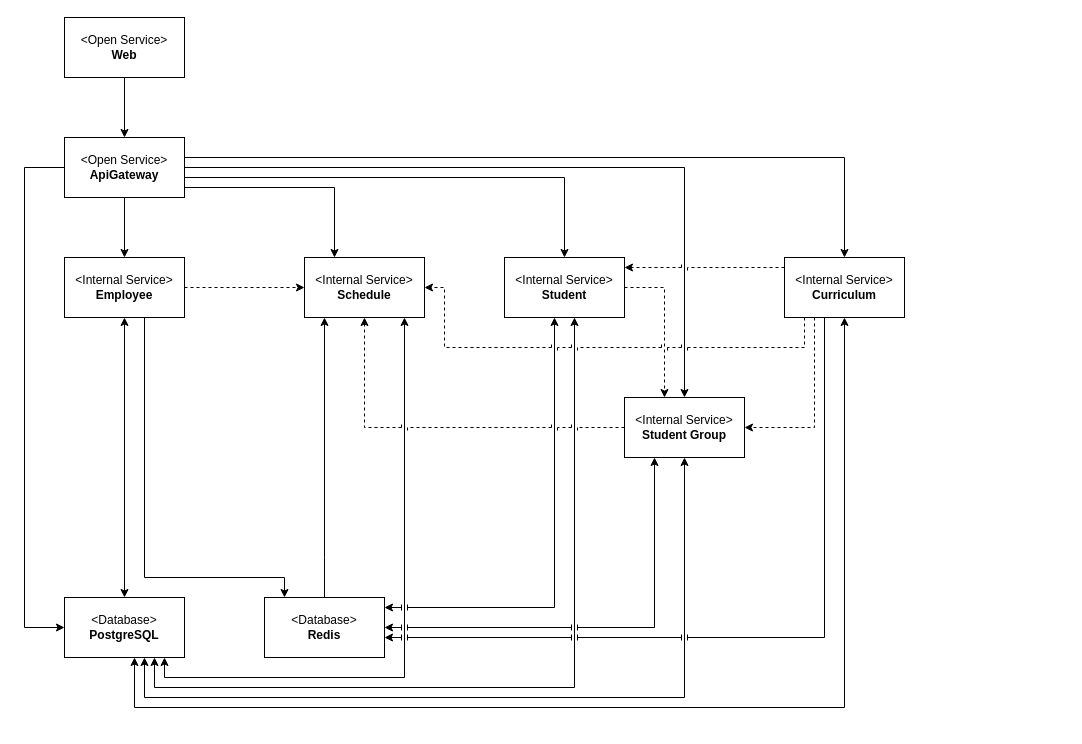
Above: docs/architecture.drawio in IrusHunter/duckademic (draw.io), before the change. Source tidied: cells renumbered, new cells numbered last; positions are measured from the earlier drawing's top-left corner, leaving out a move shared by most shapes. Both pictures are drawn from the tidied source at 100%, with x=0, y=0 at pixel (24, 17).
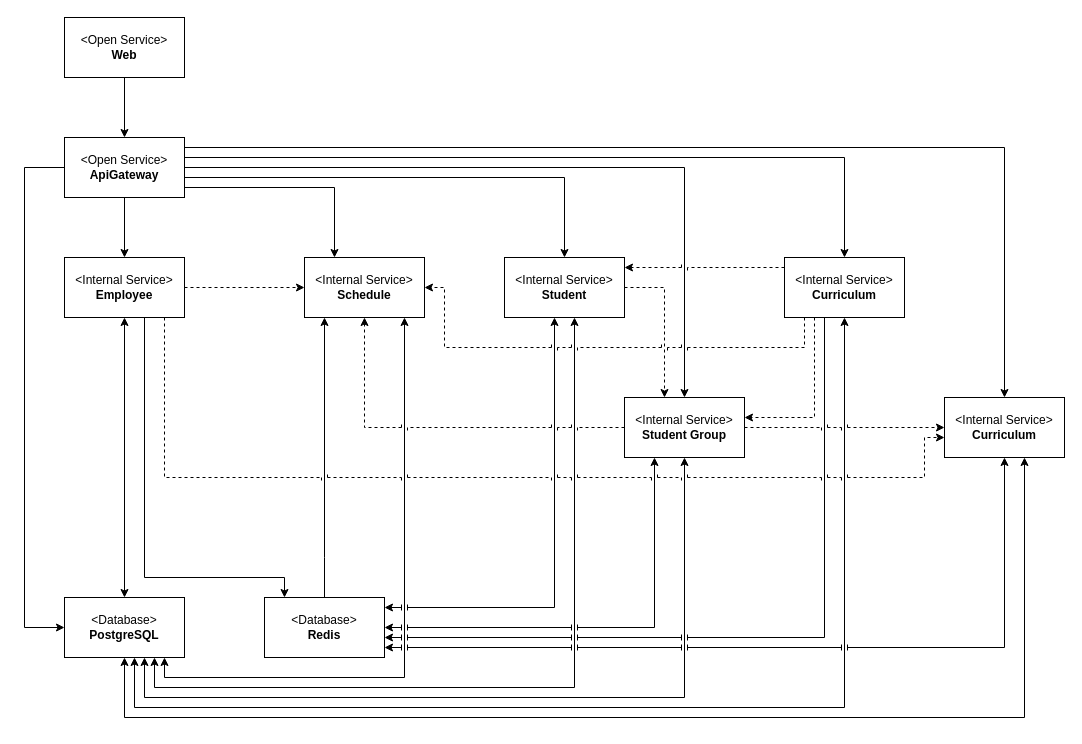
The same page after the edit.

The change refers to these unchanged cells:
```xml
<mxCell id="7" value="&amp;lt;Open Service&amp;gt;&lt;div&gt;&lt;b&gt;ApiGateway&lt;/b&gt;&lt;/div&gt;" style="html=1;whiteSpace=wrap;" parent="1" vertex="1">
  <mxGeometry x="40" y="120" width="120" height="60" as="geometry" />
</mxCell>
<mxCell id="9" value="&amp;lt;Internal Service&amp;gt;&lt;div&gt;&lt;b&gt;Employee&lt;/b&gt;&lt;/div&gt;" style="html=1;whiteSpace=wrap;" parent="1" vertex="1">
  <mxGeometry x="40" y="240" width="120" height="60" as="geometry" />
</mxCell>
<mxCell id="10" value="&amp;lt;Database&amp;gt;&lt;div&gt;&lt;b&gt;PostgreSQL&lt;/b&gt;&lt;/div&gt;" style="html=1;whiteSpace=wrap;" parent="1" vertex="1">
  <mxGeometry x="40" y="580" width="120" height="60" as="geometry" />
</mxCell>
<mxCell id="12" value="&amp;lt;Database&amp;gt;&lt;div&gt;&lt;b&gt;Redis&lt;/b&gt;&lt;/div&gt;" style="html=1;whiteSpace=wrap;" parent="1" vertex="1">
  <mxGeometry x="240" y="580" width="120" height="60" as="geometry" />
</mxCell>
<mxCell id="21" value="&amp;lt;Internal Service&amp;gt;&lt;div&gt;&lt;b&gt;Student Group&lt;/b&gt;&lt;/div&gt;" style="html=1;whiteSpace=wrap;" parent="1" vertex="1">
  <mxGeometry x="600" y="380" width="120" height="60" as="geometry" />
</mxCell>
<mxCell id="27" value="&amp;lt;Internal Service&amp;gt;&lt;div&gt;&lt;b&gt;Curriculum&lt;/b&gt;&lt;/div&gt;" style="html=1;whiteSpace=wrap;" parent="1" vertex="1">
  <mxGeometry x="760" y="240" width="120" height="60" as="geometry" />
</mxCell>
```

What changed in the source:
```diff
@@
     <mxCell id="33" style="edgeStyle=orthogonalEdgeStyle;html=1;rounded=0;curved=0;dashed=1;jumpStyle=line;" parent="1" edge="1" source="27" target="21">
       <mxGeometry relative="1" as="geometry">
         <Array as="points">
-          <mxPoint x="790" y="410" />
+          <mxPoint x="790" y="400" />
         </Array>
       </mxGeometry>
     </mxCell>
@@
+    <mxCell id="35" value="&amp;lt;Internal Service&amp;gt;&lt;div&gt;&lt;b&gt;Curriculum&lt;/b&gt;&lt;/div&gt;" style="html=1;whiteSpace=wrap;" parent="1" vertex="1">
+      <mxGeometry x="920" y="380" width="120" height="60" as="geometry" />
+    </mxCell>
+    <mxCell id="36" style="edgeStyle=orthogonalEdgeStyle;html=1;rounded=0;curved=0;dashed=1;jumpStyle=line;" parent="1" edge="1" source="9" target="35">
+      <mxGeometry relative="1" as="geometry">
+        <Array as="points">
+          <mxPoint x="140" y="460" />
+          <mxPoint x="900" y="460" />
+          <mxPoint x="900" y="420" />
+        </Array>
+      </mxGeometry>
+    </mxCell>
+    <mxCell id="37" style="edgeStyle=orthogonalEdgeStyle;html=1;rounded=0;curved=0;dashed=1;jumpStyle=line;" parent="1" edge="1" source="21" target="35">
+      <mxGeometry relative="1" as="geometry">
+        <Array as="points">
+          <mxPoint x="760" y="410" />
+          <mxPoint x="760" y="410" />
+        </Array>
+      </mxGeometry>
+    </mxCell>
+    <mxCell id="38" style="edgeStyle=orthogonalEdgeStyle;html=1;rounded=0;curved=0;jumpStyle=line;" parent="1" edge="1" source="7" target="35">
+      <mxGeometry relative="1" as="geometry">
+        <Array as="points">
+          <mxPoint x="980" y="130" />
+        </Array>
+      </mxGeometry>
+    </mxCell>
+    <mxCell id="39" style="edgeStyle=orthogonalEdgeStyle;html=1;rounded=0;curved=0;jumpStyle=line;startArrow=classic;startFill=1;" parent="1" edge="1" source="35" target="10">
+      <mxGeometry relative="1" as="geometry">
+        <Array as="points">
+          <mxPoint x="1000" y="700" />
+          <mxPoint x="100" y="700" />
+        </Array>
+      </mxGeometry>
+    </mxCell>
+    <mxCell id="40" style="edgeStyle=orthogonalEdgeStyle;html=1;rounded=0;curved=0;jumpStyle=line;startArrow=classic;startFill=1;" parent="1" edge="1" source="12" target="35">
+      <mxGeometry relative="1" as="geometry">
+        <Array as="points">
+          <mxPoint x="980" y="630" />
+        </Array>
+      </mxGeometry>
+    </mxCell>
```
